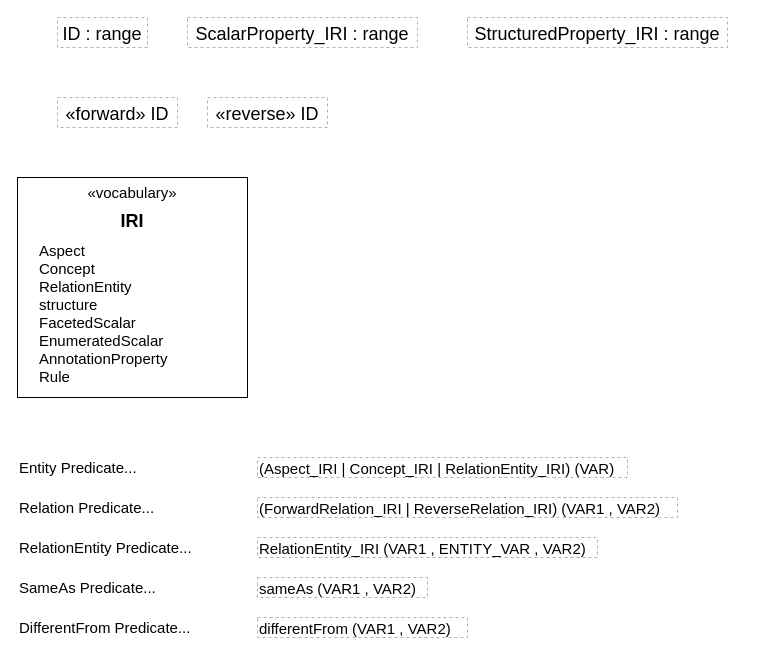
The draw.io diagram page "Page-3" (4 of 5) of io.opencaesar.oml.parent/io.opencaesar.oml.specification/oml-spec.drawio in opencaesar/oml, before the edit. Source tidied: cells renumbered, new cells numbered last; positions are measured from the earlier drawing's top-left corner, leaving out a move shared by most shapes. Both pictures are drawn from the tidied source at 100%, with x=0, y=0 at pixel (17, 17).
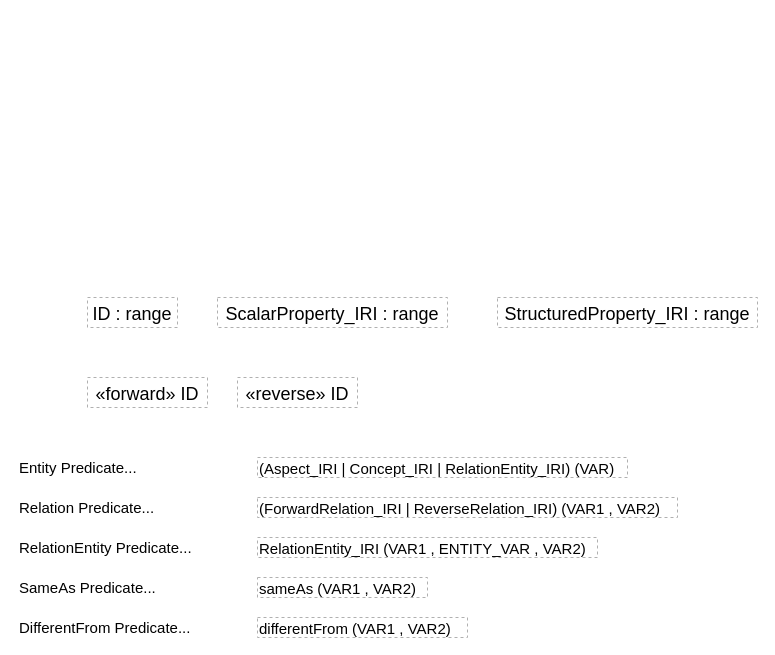
After the change.

Commit message (it also covers changes not shown here):
Fix vocabulary and relation

Change to the diagram source:
```diff
@@
     <mxCell id="2" value="ID : range" style="text;strokeColor=#B0B0B0;fillColor=none;align=center;verticalAlign=middle;rounded=0;fontSize=18;dashed=1;" parent="1" vertex="1">
-      <mxGeometry x="40" width="90" height="30" as="geometry" />
+      <mxGeometry x="70" y="280" width="90" height="30" as="geometry" />
     </mxCell>
     <mxCell id="3" value="ScalarProperty_IRI : range" style="text;strokeColor=#B0B0B0;fillColor=none;align=center;verticalAlign=middle;rounded=0;fontSize=18;dashed=1;" parent="1" vertex="1">
-      <mxGeometry x="170" width="230" height="30" as="geometry" />
+      <mxGeometry x="200" y="280" width="230" height="30" as="geometry" />
     </mxCell>
     <mxCell id="4" value="StructuredProperty_IRI : range" style="text;strokeColor=#B0B0B0;fillColor=none;align=center;verticalAlign=middle;rounded=0;fontSize=18;dashed=1;" parent="1" vertex="1">
-      <mxGeometry x="450" width="260" height="30" as="geometry" />
+      <mxGeometry x="480" y="280" width="260" height="30" as="geometry" />
     </mxCell>
     <mxCell id="5" value="«forward» ID" style="text;strokeColor=#B0B0B0;fillColor=none;align=center;verticalAlign=middle;rounded=0;fontSize=18;dashed=1;" parent="1" vertex="1">
-      <mxGeometry x="40" y="80" width="120" height="30" as="geometry" />
+      <mxGeometry x="70" y="360" width="120" height="30" as="geometry" />
     </mxCell>
     <mxCell id="6" value="«reverse» ID" style="text;strokeColor=#B0B0B0;fillColor=none;align=center;verticalAlign=middle;rounded=0;fontSize=18;dashed=1;" parent="1" vertex="1">
-      <mxGeometry x="190" y="80" width="120" height="30" as="geometry" />
+      <mxGeometry x="220" y="360" width="120" height="30" as="geometry" />
     </mxCell>
-    <mxCell id="7" style="group;" parent="1" vertex="1">
-      <mxGeometry y="160" width="230" height="220" as="geometry" />
-    </mxCell>
-    <mxCell id="8" style="rounded=0;whiteSpace=wrap;html=1;" parent="7" vertex="1">
-      <mxGeometry width="230" height="220" as="geometry" />
-    </mxCell>
-    <mxCell id="9" value="IRI" style="text;strokeColor=none;fillColor=none;align=center;verticalAlign=middle;rounded=0;fontSize=18;fontStyle=1;" parent="7" vertex="1">
-      <mxGeometry x="95" y="27" width="40" height="30" as="geometry" />
-    </mxCell>
-    <mxCell id="10" value="«vocabulary»" style="text;strokeColor=none;fillColor=none;align=center;verticalAlign=middle;rounded=0;fontSize=15;dashed=1;" parent="7" vertex="1">
-      <mxGeometry x="65" y="4" width="100" height="20" as="geometry" />
-    </mxCell>
-    <mxCell id="11" value="Aspect&#10;Concept&#10;RelationEntity&#10;structure&#10;FacetedScalar&#10;EnumeratedScalar&#10;AnnotationProperty&#10;Rule" style="text;strokeColor=none;fillColor=none;align=left;verticalAlign=middle;rounded=0;fontSize=15;dashed=1;" parent="7" vertex="1">
-      <mxGeometry x="20" y="60" width="140" height="150" as="geometry" />
-    </mxCell>
```
